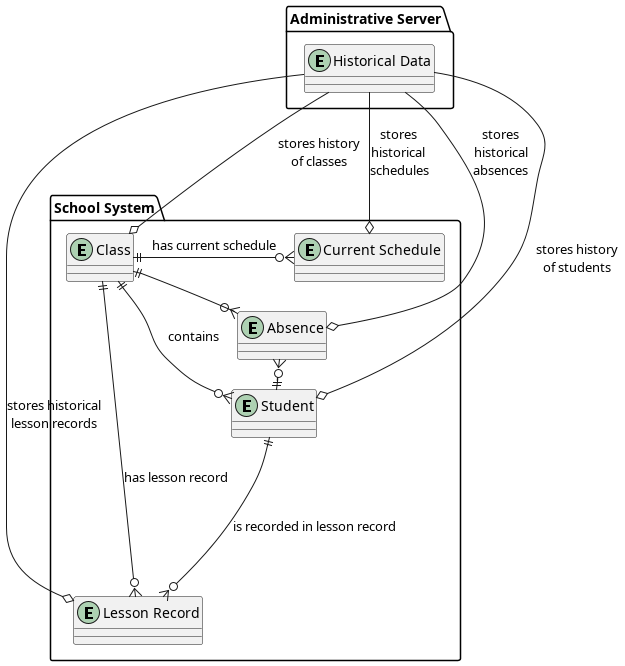
The PlantUML diagram images/ed-schedule-only-actual.png in DanielADK/tul-bp, before a commit.
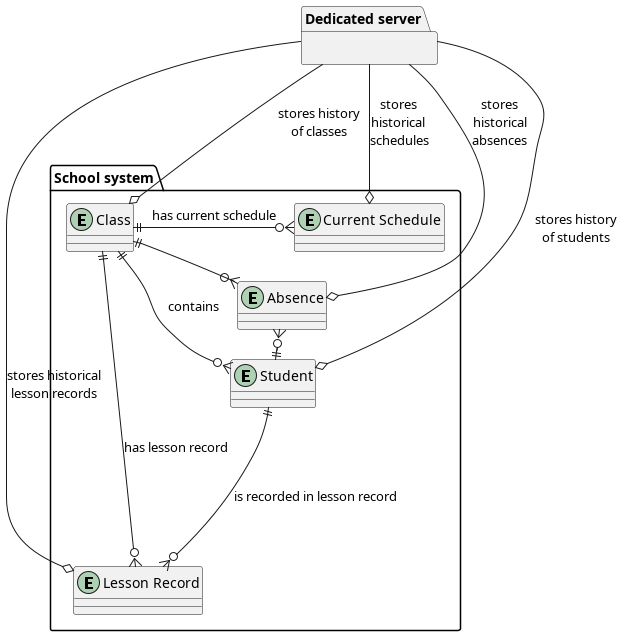
The same diagram one commit later.

The edit, as a diff of the source:
```diff
@@ -1,5 +1,5 @@
-@startuml
-package "School System" {
+@startuml ed-schedule-only-actual
+package "School system" {
     entity "Class" as Class {
     }
 
@@ -24,15 +24,13 @@
     Student ||--down-o{ LessonRecord : "is recorded in lesson record"
 }
 
-package "Administrative Server" {
-    entity "Historical Data" as HistoricalData {
-    }
-
-    HistoricalData -down-o Student : "stores history\nof students"
-    HistoricalData -down-o Class : "stores history\nof classes"
-    HistoricalData -down-o CurrentSchedule : "stores \nhistorical \nschedules"
-    HistoricalData -left-o LessonRecord : "stores historical\nlesson records"
-    HistoricalData -down-o Absence : "stores\nhistorical\nabsences"
+package "Dedicated server" as DedicatedServer {
 }
 
+DedicatedServer -down-o Student : "stores history\nof students"
+DedicatedServer -down-o Class : "stores history\nof classes"
+DedicatedServer -down-o CurrentSchedule : "stores \nhistorical \nschedules"
+DedicatedServer -left-o LessonRecord : "stores historical\nlesson records"
+DedicatedServer -down-o Absence : "stores\nhistorical\nabsences"
+
 @enduml
```
